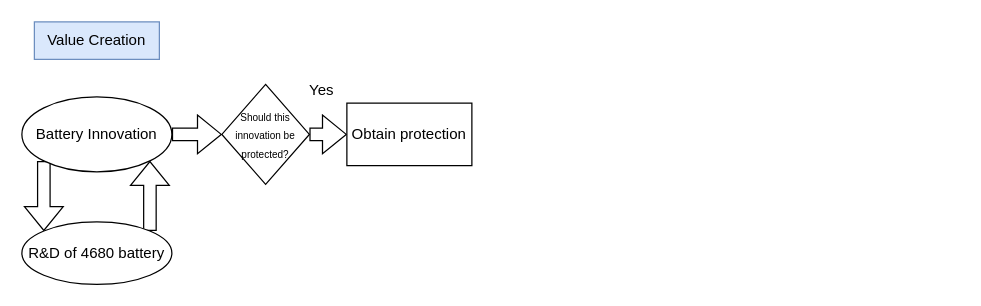
akhialomgir/drawio keeps this draw.io diagram as IC_value_chain.drawio. Above is the earlier version. Source tidied: cells renumbered, new cells numbered last; positions are measured from the earlier drawing's top-left corner, leaving out a move shared by most shapes. Both pictures are drawn from the tidied source at 125%, with x=0, y=0 at pixel (21, 21).
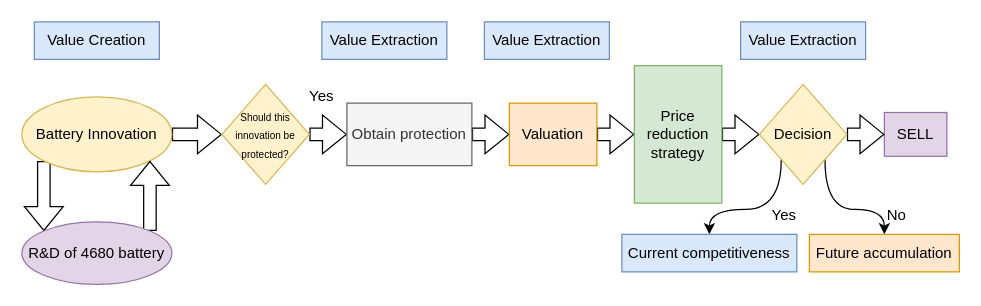
The same diagram, later.

Change to the diagram source:
```diff
@@
-    <mxCell id="4" value="Battery Innovation" style="ellipse;whiteSpace=wrap;html=1;" parent="1" vertex="1">
+    <mxCell id="4" value="Battery Innovation" style="ellipse;whiteSpace=wrap;html=1;fillColor=#fff2cc;strokeColor=#d6b656;" parent="1" vertex="1">
       <mxGeometry y="60" width="120" height="60" as="geometry" />
     </mxCell>
@@
-    <mxCell id="7" value="R&amp;amp;D of 4680 battery" style="ellipse;whiteSpace=wrap;html=1;" parent="1" vertex="1">
+    <mxCell id="7" value="R&amp;amp;D of 4680 battery" style="ellipse;whiteSpace=wrap;html=1;fillColor=#e1d5e7;strokeColor=#9673a6;" parent="1" vertex="1">
       <mxGeometry y="160" width="120" height="50" as="geometry" />
     </mxCell>
@@
-    <mxCell id="9" value="&lt;font style=&quot;font-size: 8px;&quot;&gt;Should this innovation be protected?&lt;/font&gt;" style="rhombus;whiteSpace=wrap;html=1;" parent="1" vertex="1">
+    <mxCell id="9" value="&lt;font style=&quot;font-size: 8px;&quot;&gt;Should this innovation be protected?&lt;/font&gt;" style="rhombus;whiteSpace=wrap;html=1;fillColor=#fff2cc;strokeColor=#d6b656;" parent="1" vertex="1">
       <mxGeometry x="160" y="50" width="70" height="80" as="geometry" />
     </mxCell>
+    <mxCell id="12" style="edgeStyle=orthogonalEdgeStyle;rounded=0;jettySize=auto;html=1;exitX=1;exitY=0.5;exitDx=0;exitDy=0;entryX=0;entryY=0.5;entryDx=0;entryDy=0;shape=flexArrow;" parent="1" edge="1" source="10" target="14">
+      <mxGeometry relative="1" as="geometry" />
+    </mxCell>
-    <mxCell id="10" value="Obtain protection" style="rounded=0;whiteSpace=wrap;html=1;" parent="1" vertex="1">
+    <mxCell id="10" value="Obtain protection" style="rounded=0;whiteSpace=wrap;html=1;fillColor=#f5f5f5;fontColor=#333333;strokeColor=#666666;" parent="1" vertex="1">
       <mxGeometry x="260" y="65" width="100" height="50" as="geometry" />
     </mxCell>
     <mxCell id="11" value="Yes" style="text;html=1;align=center;verticalAlign=middle;whiteSpace=wrap;rounded=0;" parent="1" vertex="1">
-      <mxGeometry x="220" y="45" width="40" height="20" as="geometry" />
+      <mxGeometry x="220" y="50" width="40" height="20" as="geometry" />
     </mxCell>
+    <mxCell id="13" style="edgeStyle=orthogonalEdgeStyle;rounded=0;jettySize=auto;html=1;exitX=1;exitY=0.5;exitDx=0;exitDy=0;entryX=0;entryY=0.5;entryDx=0;entryDy=0;shape=flexArrow;" parent="1" edge="1" source="14" target="18">
+      <mxGeometry relative="1" as="geometry" />
+    </mxCell>
+    <mxCell id="14" value="Valuation" style="rounded=0;whiteSpace=wrap;html=1;fillColor=#ffe6cc;strokeColor=#d79b00;" parent="1" vertex="1">
+      <mxGeometry x="390" y="65" width="70" height="50" as="geometry" />
+    </mxCell>
+    <mxCell id="15" value="Value Extraction" style="text;html=1;align=center;verticalAlign=middle;whiteSpace=wrap;rounded=0;fillColor=#dae8fc;strokeColor=#6c8ebf;" parent="1" vertex="1">
+      <mxGeometry x="240" width="100" height="30" as="geometry" />
+    </mxCell>
+    <mxCell id="16" value="Value Extraction" style="text;html=1;align=center;verticalAlign=middle;whiteSpace=wrap;rounded=0;fillColor=#dae8fc;strokeColor=#6c8ebf;" parent="1" vertex="1">
+      <mxGeometry x="370" width="100" height="30" as="geometry" />
+    </mxCell>
+    <mxCell id="17" style="edgeStyle=orthogonalEdgeStyle;rounded=0;jettySize=auto;html=1;exitX=1;exitY=0.5;exitDx=0;exitDy=0;entryX=0;entryY=0.5;entryDx=0;entryDy=0;shape=flexArrow;" parent="1" edge="1" source="18" target="23">
+      <mxGeometry relative="1" as="geometry" />
+    </mxCell>
+    <mxCell id="18" value="Price reduction strategy" style="rounded=0;whiteSpace=wrap;html=1;fillColor=#d5e8d4;strokeColor=#82b366;" parent="1" vertex="1">
+      <mxGeometry x="490" y="35" width="70" height="110" as="geometry" />
+    </mxCell>
+    <mxCell id="19" value="SELL" style="rounded=0;whiteSpace=wrap;html=1;fillColor=#e1d5e7;strokeColor=#9673a6;" parent="1" vertex="1">
+      <mxGeometry x="690" y="72.5" width="50" height="35" as="geometry" />
+    </mxCell>
+    <mxCell id="20" style="edgeStyle=orthogonalEdgeStyle;rounded=0;jettySize=auto;html=1;exitX=1;exitY=0.5;exitDx=0;exitDy=0;entryX=0;entryY=0.5;entryDx=0;entryDy=0;shape=flexArrow;" parent="1" edge="1" source="23" target="19">
+      <mxGeometry relative="1" as="geometry" />
+    </mxCell>
+    <mxCell id="21" style="rounded=0;jettySize=auto;html=1;exitX=0;exitY=1;exitDx=0;exitDy=0;entryX=0.5;entryY=0;entryDx=0;entryDy=0;edgeStyle=orthogonalEdgeStyle;curved=1;" parent="1" edge="1" source="23" target="24">
+      <mxGeometry relative="1" as="geometry" />
+    </mxCell>
+    <mxCell id="22" style="rounded=0;jettySize=auto;html=1;exitX=1;exitY=1;exitDx=0;exitDy=0;entryX=0.5;entryY=0;entryDx=0;entryDy=0;edgeStyle=orthogonalEdgeStyle;curved=1;" parent="1" edge="1" source="23" target="25">
+      <mxGeometry relative="1" as="geometry" />
+    </mxCell>
+    <mxCell id="23" value="Decision" style="rhombus;whiteSpace=wrap;html=1;fillColor=#fff2cc;strokeColor=#d6b656;" parent="1" vertex="1">
+      <mxGeometry x="590" y="50" width="70" height="80" as="geometry" />
+    </mxCell>
+    <mxCell id="24" value="Current competitiveness" style="text;html=1;align=center;verticalAlign=middle;whiteSpace=wrap;rounded=0;fillColor=#dae8fc;strokeColor=#6c8ebf;" parent="1" vertex="1">
+      <mxGeometry x="480" y="170" width="140" height="30" as="geometry" />
+    </mxCell>
+    <mxCell id="25" value="Future accumulation" style="text;html=1;align=center;verticalAlign=middle;whiteSpace=wrap;rounded=0;fillColor=#ffe6cc;strokeColor=#d79b00;" parent="1" vertex="1">
+      <mxGeometry x="630" y="170" width="120" height="30" as="geometry" />
+    </mxCell>
+    <mxCell id="26" value="Yes" style="text;html=1;align=center;verticalAlign=middle;whiteSpace=wrap;rounded=0;" parent="1" vertex="1">
+      <mxGeometry x="580" y="140" width="60" height="30" as="geometry" />
+    </mxCell>
+    <mxCell id="27" value="No" style="text;html=1;align=center;verticalAlign=middle;whiteSpace=wrap;rounded=0;" parent="1" vertex="1">
+      <mxGeometry x="670" y="140" width="60" height="30" as="geometry" />
+    </mxCell>
+    <mxCell id="28" value="Value Extraction" style="text;html=1;align=center;verticalAlign=middle;whiteSpace=wrap;rounded=0;fillColor=#dae8fc;strokeColor=#6c8ebf;" parent="1" vertex="1">
+      <mxGeometry x="575" width="100" height="30" as="geometry" />
+    </mxCell>
```
